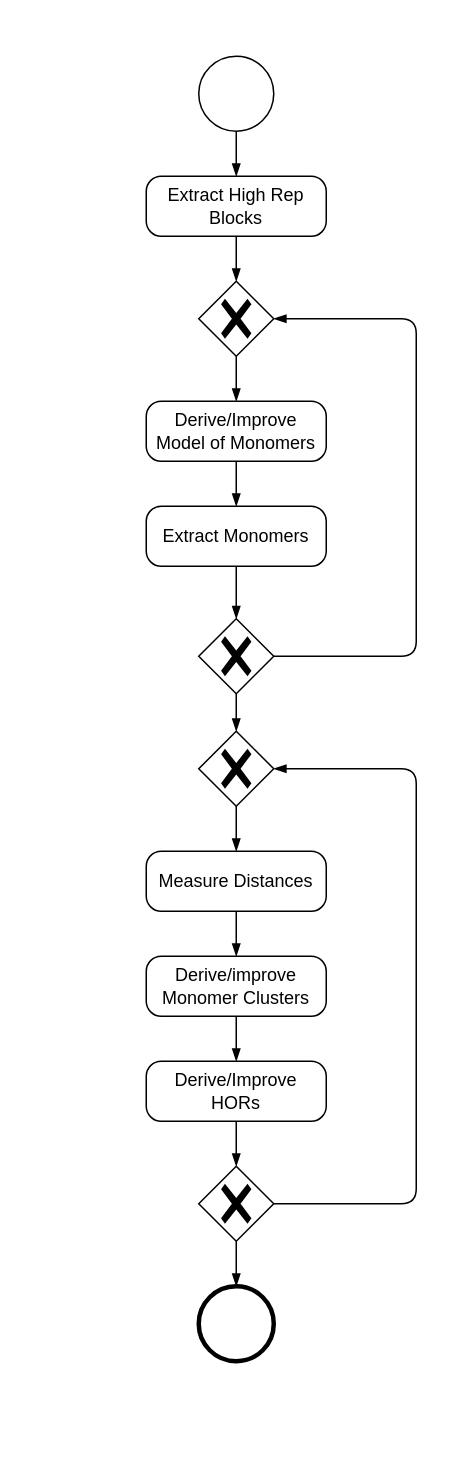
Above: doc/workflow.drawio in CENdetectHOR/CENdetectHOR_lib (draw.io), before the change. Source tidied: cells renumbered, new cells numbered last; positions are measured from the earlier drawing's top-left corner, leaving out a move shared by most shapes. Both pictures are drawn from the tidied source at 150%, with x=0, y=0 at pixel (146, 56).
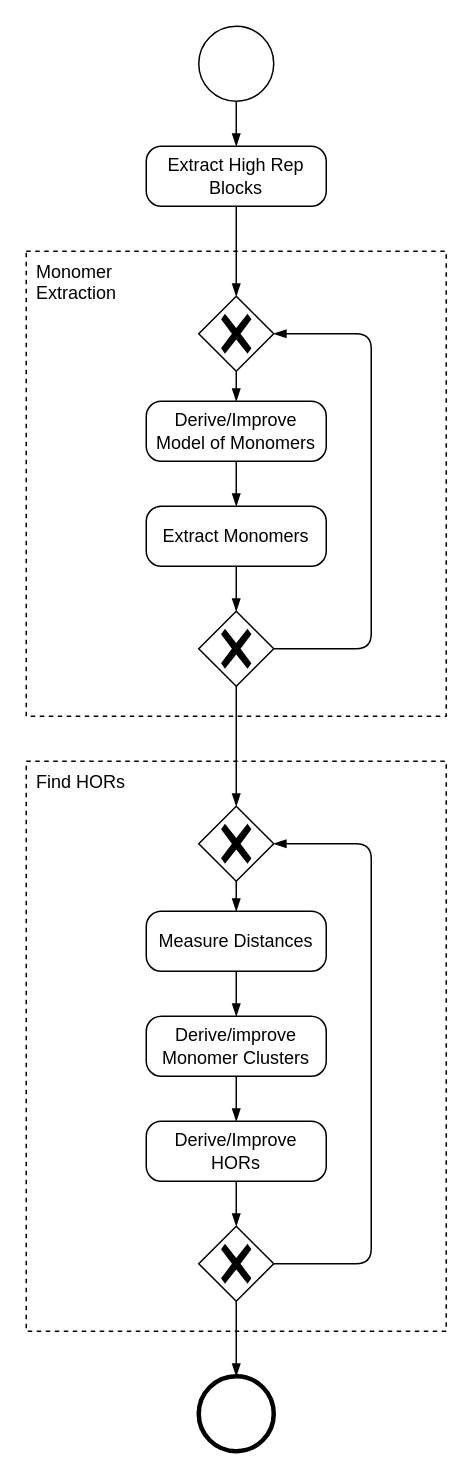
Above is the later version.

The edit, as a diff of the source:
```diff
@@
+    <mxCell id="27" value="Find HORs" style="shape=mxgraph.bpmn.task;arcSize=10;taskMarker=abstract;outline=none;symbol=general;bpmnShapeType=subprocess;isLoopSub=0;verticalAlign=top;align=left;spacingLeft=5;html=1;whiteSpace=wrap;" parent="1" vertex="1">
+      <mxGeometry x="-80" y="470" width="280" height="380" as="geometry" />
+    </mxCell>
+    <mxCell id="28" value="Monomer&lt;br&gt;Extraction" style="shape=mxgraph.bpmn.task;arcSize=10;taskMarker=abstract;outline=none;symbol=general;bpmnShapeType=subprocess;isLoopSub=0;verticalAlign=top;align=left;spacingLeft=5;html=1;whiteSpace=wrap;" parent="1" vertex="1">
+      <mxGeometry x="-80" y="130" width="280" height="310" as="geometry" />
+    </mxCell>
     <mxCell id="2" value="Extract High Rep Blocks" style="points=[[0.25,0,0],[0.5,0,0],[0.75,0,0],[1,0.25,0],[1,0.5,0],[1,0.75,0],[0.75,1,0],[0.5,1,0],[0.25,1,0],[0,0.75,0],[0,0.5,0],[0,0.25,0]];shape=mxgraph.bpmn.task;whiteSpace=wrap;rectStyle=rounded;size=10;html=1;taskMarker=abstract;" parent="1" vertex="1">
-      <mxGeometry y="80" width="120" height="40" as="geometry" />
+      <mxGeometry y="60" width="120" height="40" as="geometry" />
     </mxCell>
@@
     <mxCell id="4" style="points=[[0.145,0.145,0],[0.5,0,0],[0.855,0.145,0],[1,0.5,0],[0.855,0.855,0],[0.5,1,0],[0.145,0.855,0],[0,0.5,0]];shape=mxgraph.bpmn.event;html=1;verticalLabelPosition=bottom;labelBackgroundColor=#ffffff;verticalAlign=top;align=center;perimeter=ellipsePerimeter;outlineConnect=0;outline=standard;symbol=general;" parent="1" vertex="1">
-      <mxGeometry x="35" width="50" height="50" as="geometry" />
+      <mxGeometry x="35" y="-20" width="50" height="50" as="geometry" />
     </mxCell>
     <mxCell id="5" style="points=[[0.145,0.145,0],[0.5,0,0],[0.855,0.145,0],[1,0.5,0],[0.855,0.855,0],[0.5,1,0],[0.145,0.855,0],[0,0.5,0]];shape=mxgraph.bpmn.event;html=1;verticalLabelPosition=bottom;labelBackgroundColor=#ffffff;verticalAlign=top;align=center;perimeter=ellipsePerimeter;outlineConnect=0;outline=end;symbol=terminate2;" parent="1" vertex="1">
-      <mxGeometry x="35" y="820" width="50" height="50" as="geometry" />
+      <mxGeometry x="35" y="880" width="50" height="50" as="geometry" />
     </mxCell>
@@
     <mxCell id="10" style="points=[[0.25,0.25,0],[0.5,0,0],[0.75,0.25,0],[1,0.5,0],[0.75,0.75,0],[0.5,1,0],[0.25,0.75,0],[0,0.5,0]];shape=mxgraph.bpmn.gateway2;html=1;verticalLabelPosition=bottom;labelBackgroundColor=#ffffff;verticalAlign=top;align=center;perimeter=rhombusPerimeter;outlineConnect=0;outline=none;symbol=none;gwType=exclusive;" parent="1" vertex="1">
-      <mxGeometry x="35" y="375" width="50" height="50" as="geometry" />
+      <mxGeometry x="35" y="370" width="50" height="50" as="geometry" />
     </mxCell>
@@
     <mxCell id="12" style="edgeStyle=elbowEdgeStyle;fontSize=12;html=1;endArrow=blockThin;endFill=1;exitX=1;exitY=0.5;exitDx=0;exitDy=0;exitPerimeter=0;entryX=1;entryY=0.5;entryDx=0;entryDy=0;entryPerimeter=0;" parent="1" edge="1" source="10" target="13">
       <mxGeometry relative="1" as="geometry">
         <Array as="points">
-          <mxPoint x="180" y="410" />
+          <mxPoint x="150" y="310" />
+          <mxPoint x="180" y="420" />
         </Array>
       </mxGeometry>
     </mxCell>
     <mxCell id="13" style="points=[[0.25,0.25,0],[0.5,0,0],[0.75,0.25,0],[1,0.5,0],[0.75,0.75,0],[0.5,1,0],[0.25,0.75,0],[0,0.5,0]];shape=mxgraph.bpmn.gateway2;html=1;verticalLabelPosition=bottom;labelBackgroundColor=#ffffff;verticalAlign=top;align=center;perimeter=rhombusPerimeter;outlineConnect=0;outline=none;symbol=none;gwType=exclusive;" parent="1" vertex="1">
-      <mxGeometry x="35" y="150" width="50" height="50" as="geometry" />
+      <mxGeometry x="35" y="160" width="50" height="50" as="geometry" />
     </mxCell>
@@
     <mxCell id="15" value="Measure Distances" style="points=[[0.25,0,0],[0.5,0,0],[0.75,0,0],[1,0.25,0],[1,0.5,0],[1,0.75,0],[0.75,1,0],[0.5,1,0],[0.25,1,0],[0,0.75,0],[0,0.5,0],[0,0.25,0]];shape=mxgraph.bpmn.task;whiteSpace=wrap;rectStyle=rounded;size=10;html=1;taskMarker=abstract;" parent="1" vertex="1">
-      <mxGeometry y="530" width="120" height="40" as="geometry" />
+      <mxGeometry y="570" width="120" height="40" as="geometry" />
     </mxCell>
     <mxCell id="16" value="Derive/improve Monomer Clusters" style="points=[[0.25,0,0],[0.5,0,0],[0.75,0,0],[1,0.25,0],[1,0.5,0],[1,0.75,0],[0.75,1,0],[0.5,1,0],[0.25,1,0],[0,0.75,0],[0,0.5,0],[0,0.25,0]];shape=mxgraph.bpmn.task;whiteSpace=wrap;rectStyle=rounded;size=10;html=1;taskMarker=abstract;" parent="1" vertex="1">
-      <mxGeometry y="600" width="120" height="40" as="geometry" />
+      <mxGeometry y="640" width="120" height="40" as="geometry" />
     </mxCell>
@@
     <mxCell id="19" style="points=[[0.25,0.25,0],[0.5,0,0],[0.75,0.25,0],[1,0.5,0],[0.75,0.75,0],[0.5,1,0],[0.25,0.75,0],[0,0.5,0]];shape=mxgraph.bpmn.gateway2;html=1;verticalLabelPosition=bottom;labelBackgroundColor=#ffffff;verticalAlign=top;align=center;perimeter=rhombusPerimeter;outlineConnect=0;outline=none;symbol=none;gwType=exclusive;" parent="1" vertex="1">
-      <mxGeometry x="35" y="740" width="50" height="50" as="geometry" />
+      <mxGeometry x="35" y="780" width="50" height="50" as="geometry" />
     </mxCell>
@@
     <mxCell id="21" style="edgeStyle=elbowEdgeStyle;fontSize=12;html=1;endArrow=blockThin;endFill=1;exitX=1;exitY=0.5;exitDx=0;exitDy=0;exitPerimeter=0;entryX=1;entryY=0.5;entryDx=0;entryDy=0;entryPerimeter=0;" parent="1" edge="1" source="19" target="22">
       <mxGeometry relative="1" as="geometry">
         <Array as="points">
-          <mxPoint x="180" y="770" />
+          <mxPoint x="150" y="670" />
         </Array>
       </mxGeometry>
     </mxCell>
     <mxCell id="22" style="points=[[0.25,0.25,0],[0.5,0,0],[0.75,0.25,0],[1,0.5,0],[0.75,0.75,0],[0.5,1,0],[0.25,0.75,0],[0,0.5,0]];shape=mxgraph.bpmn.gateway2;html=1;verticalLabelPosition=bottom;labelBackgroundColor=#ffffff;verticalAlign=top;align=center;perimeter=rhombusPerimeter;outlineConnect=0;outline=none;symbol=none;gwType=exclusive;" parent="1" vertex="1">
-      <mxGeometry x="35" y="450" width="50" height="50" as="geometry" />
+      <mxGeometry x="35" y="500" width="50" height="50" as="geometry" />
     </mxCell>
@@
     <mxCell id="24" value="Derive/Improve&lt;br&gt;HORs" style="points=[[0.25,0,0],[0.5,0,0],[0.75,0,0],[1,0.25,0],[1,0.5,0],[1,0.75,0],[0.75,1,0],[0.5,1,0],[0.25,1,0],[0,0.75,0],[0,0.5,0],[0,0.25,0]];shape=mxgraph.bpmn.task;whiteSpace=wrap;rectStyle=rounded;size=10;html=1;taskMarker=abstract;" parent="1" vertex="1">
-      <mxGeometry y="670" width="120" height="40" as="geometry" />
+      <mxGeometry y="710" width="120" height="40" as="geometry" />
     </mxCell>
```
